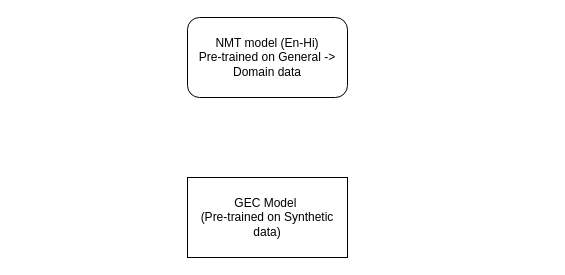
The draw.io diagram GEC denoiser.drawio in babangain/drawio, before the edit. Source tidied: cells renumbered, new cells numbered last; positions are measured from the earlier drawing's top-left corner, leaving out a move shared by most shapes. Both pictures are drawn from the tidied source at 100%, with x=0, y=0 at pixel (187, 17).
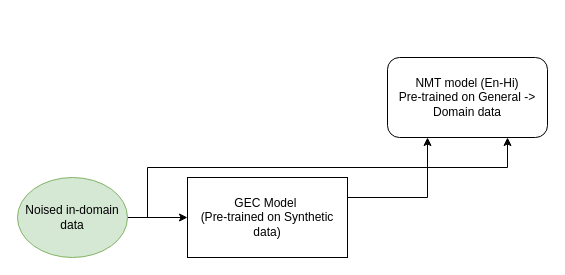
The same page after the edit.

Diff of the diagram source:
```diff
@@
 <mxGraphModel>
   <root>
     <mxCell id="0" />
     <mxCell id="1" parent="0" />
     <mxCell id="2" value="GEC Model&amp;nbsp;&lt;br&gt;(Pre-trained on Synthetic data)" style="rounded=0;whiteSpace=wrap;html=1;" parent="1" vertex="1">
       <mxGeometry y="160" width="160" height="80" as="geometry" />
     </mxCell>
     <mxCell id="3" value="NMT model (En-Hi)&lt;br&gt;Pre-trained on General -&amp;gt; Domain data" style="rounded=1;whiteSpace=wrap;html=1;" parent="1" vertex="1">
-      <mxGeometry width="160" height="80" as="geometry" />
+      <mxGeometry x="200" y="40" width="160" height="80" as="geometry" />
     </mxCell>
+    <mxCell id="4" style="edgeStyle=orthogonalEdgeStyle;rounded=0;jettySize=auto;html=1;" parent="1" edge="1" source="5" target="2">
+      <mxGeometry relative="1" as="geometry" />
+    </mxCell>
+    <mxCell id="5" value="Noised in-domain data" style="ellipse;whiteSpace=wrap;html=1;fillColor=#d5e8d4;strokeColor=#82b366;" parent="1" vertex="1">
+      <mxGeometry x="-170" y="160" width="110" height="80" as="geometry" />
+    </mxCell>
+    <mxCell id="6" style="endArrow=classic;html=1;rounded=0;exitX=1;exitY=0.25;exitDx=0;exitDy=0;entryX=0.25;entryY=1;entryDx=0;entryDy=0;" parent="1" edge="1" source="2" target="3">
+      <mxGeometry relative="1" as="geometry">
+        <Array as="points">
+          <mxPoint x="240" y="180" />
+        </Array>
+      </mxGeometry>
+    </mxCell>
+    <mxCell id="7" style="endArrow=classic;html=1;rounded=0;entryX=0.75;entryY=1;entryDx=0;entryDy=0;" parent="1" edge="1" target="3">
+      <mxGeometry relative="1" as="geometry">
+        <mxPoint x="-40" y="200" as="sourcePoint" />
+        <Array as="points">
+          <mxPoint x="-40" y="150" />
+          <mxPoint x="320" y="150" />
+        </Array>
+      </mxGeometry>
+    </mxCell>
   </root>
 </mxGraphModel>
```
